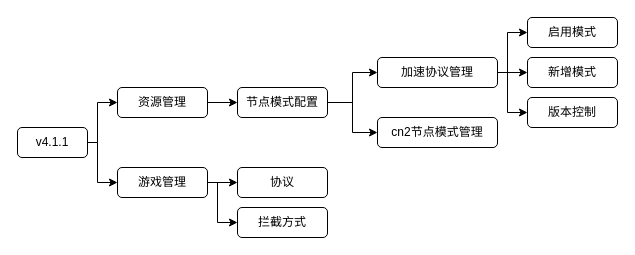
Above: image/节点模式管理.drawio in Besideme/besideme.github.io (draw.io), before the change. Source tidied: cells renumbered, new cells numbered last; positions are measured from the earlier drawing's top-left corner, leaving out a move shared by most shapes. Both pictures are drawn from the tidied source at 100%, with x=0, y=0 at pixel (17, 17).
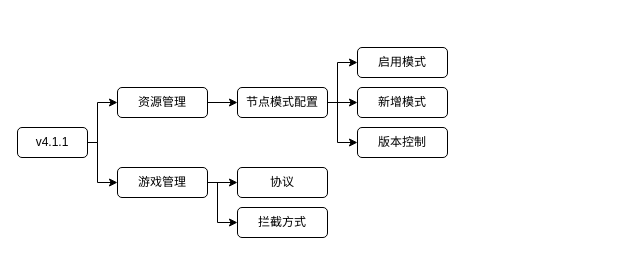
After the change.

Commit message:
Update 节点模式管理.drawio

The change refers to these unchanged cells:
```xml
<mxCell id="6" value="节点模式配置" style="rounded=1;whiteSpace=wrap;html=1;" parent="1" vertex="1">
  <mxGeometry x="220" y="70" width="90" height="30" as="geometry" />
</mxCell>
```

What changed in the source:
```diff
@@
-    <mxCell id="4" style="edgeStyle=orthogonalEdgeStyle;rounded=0;jettySize=auto;html=1;exitX=1;exitY=0.5;exitDx=0;exitDy=0;entryX=0;entryY=0.5;entryDx=0;entryDy=0;" parent="1" edge="1" source="6" target="11">
-      <mxGeometry relative="1" as="geometry" />
-    </mxCell>
-    <mxCell id="5" style="edgeStyle=orthogonalEdgeStyle;rounded=0;jettySize=auto;html=1;exitX=1;exitY=0.25;exitDx=0;exitDy=0;entryX=0;entryY=0.5;entryDx=0;entryDy=0;" parent="1" edge="1" source="6" target="10">
-      <mxGeometry relative="1" as="geometry">
-        <Array as="points">
-          <mxPoint x="310" y="85" />
-          <mxPoint x="335" y="85" />
-          <mxPoint x="335" y="55" />
-        </Array>
-      </mxGeometry>
-    </mxCell>
@@
-    <mxCell id="7" style="edgeStyle=orthogonalEdgeStyle;rounded=0;jettySize=auto;html=1;exitX=1;exitY=0.5;exitDx=0;exitDy=0;entryX=0;entryY=0.5;entryDx=0;entryDy=0;" parent="1" edge="1" source="10" target="13">
-      <mxGeometry relative="1" as="geometry" />
+    <mxCell id="7" style="edgeStyle=orthogonalEdgeStyle;rounded=0;jettySize=auto;html=1;exitX=1;exitY=0.5;exitDx=0;exitDy=0;entryX=0;entryY=0.5;entryDx=0;entryDy=0;" parent="1" edge="1" target="13">
+      <mxGeometry relative="1" as="geometry">
+        <mxPoint x="310" y="85" as="sourcePoint" />
+      </mxGeometry>
     </mxCell>
-    <mxCell id="8" style="edgeStyle=orthogonalEdgeStyle;rounded=0;jettySize=auto;html=1;exitX=1;exitY=0.5;exitDx=0;exitDy=0;entryX=0;entryY=0.5;entryDx=0;entryDy=0;" parent="1" edge="1" source="10" target="12">
+    <mxCell id="8" style="edgeStyle=orthogonalEdgeStyle;rounded=0;jettySize=auto;html=1;exitX=1;exitY=0.5;exitDx=0;exitDy=0;entryX=0;entryY=0.5;entryDx=0;entryDy=0;" parent="1" edge="1" target="12">
       <mxGeometry relative="1" as="geometry">
+        <mxPoint x="310" y="85" as="sourcePoint" />
         <Array as="points">
-          <mxPoint x="490" y="55" />
-          <mxPoint x="490" y="15" />
+          <mxPoint x="320" y="85" />
+          <mxPoint x="320" y="45" />
         </Array>
       </mxGeometry>
     </mxCell>
-    <mxCell id="9" style="edgeStyle=orthogonalEdgeStyle;rounded=0;jettySize=auto;html=1;exitX=1;exitY=0.5;exitDx=0;exitDy=0;entryX=0;entryY=0.5;entryDx=0;entryDy=0;" parent="1" edge="1" source="10" target="14">
+    <mxCell id="9" style="edgeStyle=orthogonalEdgeStyle;rounded=0;jettySize=auto;html=1;exitX=1;exitY=0.5;exitDx=0;exitDy=0;entryX=0;entryY=0.5;entryDx=0;entryDy=0;" parent="1" edge="1" target="14">
       <mxGeometry relative="1" as="geometry">
+        <mxPoint x="310" y="85" as="sourcePoint" />
         <Array as="points">
-          <mxPoint x="490" y="55" />
-          <mxPoint x="490" y="95" />
+          <mxPoint x="320" y="85" />
+          <mxPoint x="320" y="125" />
         </Array>
       </mxGeometry>
     </mxCell>
-    <mxCell id="10" value="加速协议管理" style="rounded=1;whiteSpace=wrap;html=1;" parent="1" vertex="1">
-      <mxGeometry x="360" y="40" width="120" height="30" as="geometry" />
-    </mxCell>
-    <mxCell id="11" value="cn2节点模式管理" style="rounded=1;whiteSpace=wrap;html=1;" parent="1" vertex="1">
-      <mxGeometry x="360" y="100" width="120" height="30" as="geometry" />
-    </mxCell>
     <mxCell id="12" value="启用模式" style="rounded=1;whiteSpace=wrap;html=1;" parent="1" vertex="1">
-      <mxGeometry x="510" width="90" height="30" as="geometry" />
+      <mxGeometry x="340" y="30" width="90" height="30" as="geometry" />
     </mxCell>
     <mxCell id="13" value="新增模式" style="rounded=1;whiteSpace=wrap;html=1;" parent="1" vertex="1">
-      <mxGeometry x="510" y="40" width="90" height="30" as="geometry" />
+      <mxGeometry x="340" y="70" width="90" height="30" as="geometry" />
     </mxCell>
     <mxCell id="14" value="版本控制" style="rounded=1;whiteSpace=wrap;html=1;" parent="1" vertex="1">
-      <mxGeometry x="510" y="80" width="90" height="30" as="geometry" />
+      <mxGeometry x="340" y="110" width="90" height="30" as="geometry" />
     </mxCell>
```
